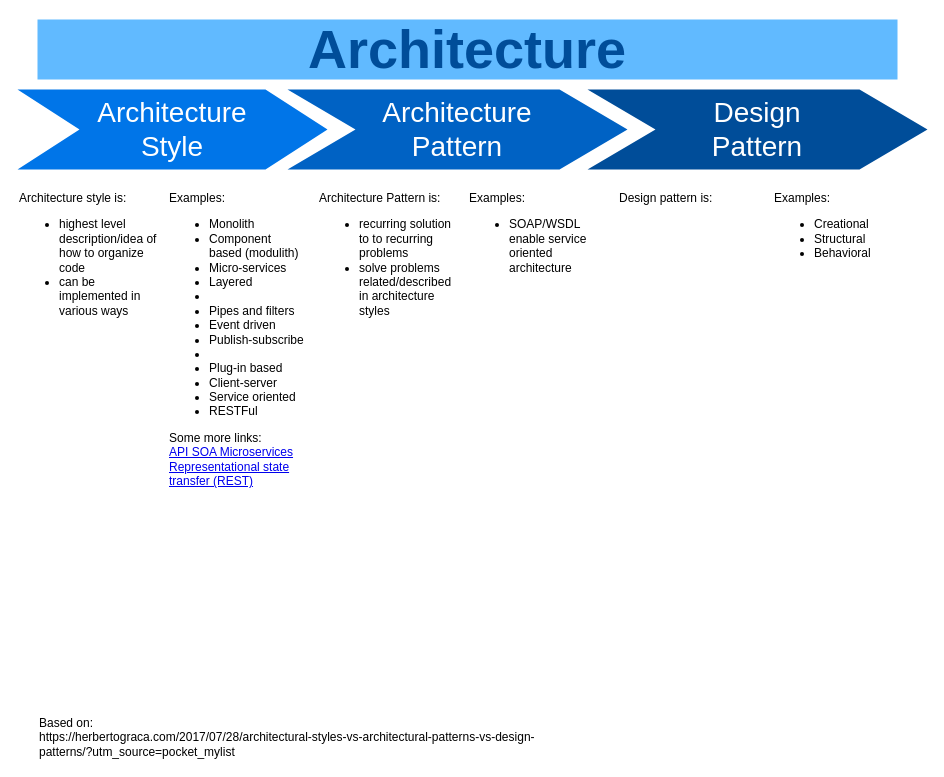
This is Diagrams/ArchitectureStylesAndPatterns.drawio from wojciech-kwapisiewicz/MindMaps-Public, a draw.io file, before an edit. Source tidied: cells renumbered, new cells numbered last; positions are measured from the earlier drawing's top-left corner, leaving out a move shared by most shapes. Both pictures are drawn from the tidied source at 100%, with x=0, y=0 at pixel (17, 19).
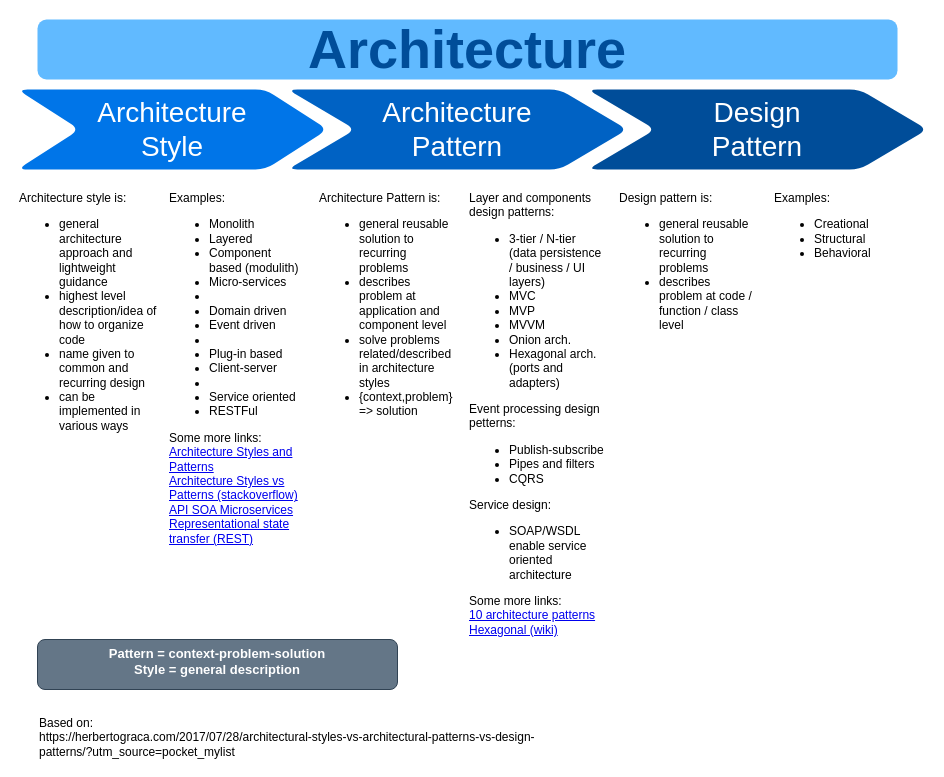
The same page after the edit.

Commit message (it also covers changes not shown here):
Cleanup + changes to architecture styles diagram

Diff of the diagram source:
```diff
@@
 <mxGraphModel>
   <root>
     <mxCell id="0" />
     <mxCell id="1" parent="0" />
-    <mxCell id="2" value="Architecture&lt;br&gt;Style" style="shape=step;whiteSpace=wrap;html=1;fontSize=28;fillColor=#0075E8;fontColor=#FFFFFF;strokeColor=none;" parent="1" vertex="1">
+    <mxCell id="2" value="Architecture&lt;br&gt;Style" style="shape=step;whiteSpace=wrap;html=1;fontSize=28;fillColor=#0075E8;fontColor=#FFFFFF;strokeColor=none;rounded=1;" parent="1" vertex="1">
       <mxGeometry y="70" width="310" height="80" as="geometry" />
     </mxCell>
-    <mxCell id="3" value="Architecture&lt;br&gt;Pattern" style="shape=step;whiteSpace=wrap;html=1;fontSize=28;fillColor=#0062C4;fontColor=#FFFFFF;strokeColor=none;" parent="1" vertex="1">
+    <mxCell id="3" value="Architecture&lt;br&gt;Pattern" style="shape=step;whiteSpace=wrap;html=1;fontSize=28;fillColor=#0062C4;fontColor=#FFFFFF;strokeColor=none;rounded=1;" parent="1" vertex="1">
       <mxGeometry x="270" y="70" width="340" height="80" as="geometry" />
     </mxCell>
-    <mxCell id="4" value="Design&lt;br&gt;Pattern" style="shape=step;whiteSpace=wrap;html=1;fontSize=28;fillColor=#004D99;fontColor=#FFFFFF;strokeColor=none;" parent="1" vertex="1">
+    <mxCell id="4" value="Design&lt;br&gt;Pattern" style="shape=step;whiteSpace=wrap;html=1;fontSize=28;fillColor=#004D99;fontColor=#FFFFFF;strokeColor=none;rounded=1;" parent="1" vertex="1">
       <mxGeometry x="570" y="70" width="340" height="80" as="geometry" />
     </mxCell>
-    <mxCell id="5" value="Architecture" style="text;html=1;strokeColor=none;fillColor=#61BAFF;align=center;verticalAlign=middle;whiteSpace=wrap;fontSize=54;fontStyle=1;fontColor=#004D99;" parent="1" vertex="1">
+    <mxCell id="5" value="Architecture" style="text;html=1;strokeColor=none;fillColor=#61BAFF;align=center;verticalAlign=middle;whiteSpace=wrap;fontSize=54;fontStyle=1;fontColor=#004D99;rounded=1;" parent="1" vertex="1">
       <mxGeometry x="20" width="860" height="60" as="geometry" />
     </mxCell>
-    <mxCell id="6" value="&lt;div&gt;Architecture style is:&lt;/div&gt;&lt;div&gt;&lt;ul&gt;&lt;li&gt;highest level description/idea of how to organize code&lt;br&gt;&lt;/li&gt;&lt;li&gt;can be implemented in various ways&lt;br&gt;&lt;/li&gt;&lt;/ul&gt;&lt;/div&gt;" style="text;spacingTop=-5;fillColor=#ffffff;whiteSpace=wrap;html=1;align=left;fontSize=12;fontFamily=Helvetica;fillColor=none;strokeColor=none;" parent="1" vertex="1">
+    <mxCell id="6" value="&lt;div&gt;Architecture style is:&lt;/div&gt;&lt;div&gt;&lt;ul&gt;&lt;li&gt;general architecture approach and lightweight guidance&amp;nbsp;&lt;/li&gt;&lt;li&gt;highest level description/idea of how to organize code&lt;br&gt;&lt;/li&gt;&lt;li&gt;name given to common and recurring design&lt;/li&gt;&lt;li&gt;can be implemented in various ways&lt;br&gt;&lt;/li&gt;&lt;/ul&gt;&lt;/div&gt;" style="text;spacingTop=-5;fillColor=#ffffff;whiteSpace=wrap;html=1;align=left;fontSize=12;fontFamily=Helvetica;fillColor=none;strokeColor=none;rounded=1;" parent="1" vertex="1">
       <mxGeometry y="170" width="140" height="470" as="geometry" />
     </mxCell>
-    <mxCell id="7" value="&lt;div&gt;Examples:&lt;/div&gt;&lt;div&gt;&lt;ul&gt;&lt;li&gt;Monolith&lt;/li&gt;&lt;li&gt;Component based (modulith)&lt;br&gt;&lt;/li&gt;&lt;li&gt;Micro-services&lt;/li&gt;&lt;li&gt;Layered&lt;br&gt;&lt;/li&gt;&lt;li&gt;&lt;br&gt;&lt;/li&gt;&lt;li&gt;Pipes and filters&lt;/li&gt;&lt;li&gt;Event driven&lt;/li&gt;&lt;li&gt;Publish-subscribe&lt;/li&gt;&lt;li&gt;&lt;br&gt;&lt;/li&gt;&lt;li&gt;Plug-in based&lt;/li&gt;&lt;li&gt;Client-server&lt;/li&gt;&lt;li&gt;Service oriented&lt;/li&gt;&lt;li&gt;RESTFul&lt;br&gt;&lt;/li&gt;&lt;/ul&gt;&lt;div&gt;Some more links:&lt;/div&gt;&lt;div&gt;&lt;a href=&quot;https://www.akana.com/blog/api-vs-soa-are-they-different&quot;&gt;API SOA Microservices&lt;/a&gt;&lt;/div&gt;&lt;div&gt;&lt;a href=&quot;https://www.akana.com/blog/what-is-rest-api&quot;&gt;Representational state transfer (REST)&lt;/a&gt;&lt;/div&gt;&lt;/div&gt;" style="text;spacingTop=-5;fillColor=#ffffff;whiteSpace=wrap;html=1;align=left;fontSize=12;fontFamily=Helvetica;fillColor=none;strokeColor=none;" parent="1" vertex="1">
+    <mxCell id="7" value="&lt;div&gt;Examples:&lt;/div&gt;&lt;div&gt;&lt;ul&gt;&lt;li&gt;Monolith&lt;/li&gt;&lt;li&gt;Layered&lt;/li&gt;&lt;li&gt;Component based (modulith)&lt;br&gt;&lt;/li&gt;&lt;li&gt;Micro-services&lt;/li&gt;&lt;li&gt;&lt;span&gt;&lt;br&gt;&lt;/span&gt;&lt;/li&gt;&lt;li&gt;&lt;span&gt;Domain driven&lt;/span&gt;&lt;/li&gt;&lt;li&gt;&lt;span&gt;Event driven&lt;/span&gt;&lt;br&gt;&lt;/li&gt;&lt;li&gt;&lt;span&gt;&lt;br&gt;&lt;/span&gt;&lt;/li&gt;&lt;li&gt;&lt;span&gt;Plug-in based&lt;/span&gt;&lt;br&gt;&lt;/li&gt;&lt;li&gt;Client-server&lt;/li&gt;&lt;li&gt;&lt;br&gt;&lt;/li&gt;&lt;li&gt;Service oriented&lt;/li&gt;&lt;li&gt;RESTFul&lt;/li&gt;&lt;/ul&gt;&lt;div&gt;Some more links:&lt;/div&gt;&lt;div&gt;&lt;a href=&quot;https://medium.com/@mlbors/architectural-styles-and-architectural-patterns-c240f7df88a0&quot;&gt;Architecture Styles and Patterns&lt;/a&gt;&lt;/div&gt;&lt;div&gt;&lt;a href=&quot;https://stackoverflow.com/questions/3958316/whats-the-difference-between-architectural-patterns-and-architectural-styles&quot;&gt;Architecture Styles vs Patterns (stackoverflow)&lt;/a&gt;&lt;/div&gt;&lt;div&gt;&lt;a href=&quot;https://www.akana.com/blog/api-vs-soa-are-they-different&quot;&gt;API SOA Microservices&lt;/a&gt;&lt;/div&gt;&lt;div&gt;&lt;a href=&quot;https://www.akana.com/blog/what-is-rest-api&quot;&gt;Representational state transfer (REST)&lt;/a&gt;&lt;/div&gt;&lt;/div&gt;&lt;div&gt;&lt;br&gt;&lt;/div&gt;" style="text;spacingTop=-5;fillColor=#ffffff;whiteSpace=wrap;html=1;align=left;fontSize=12;fontFamily=Helvetica;fillColor=none;strokeColor=none;rounded=1;" parent="1" vertex="1">
       <mxGeometry x="150" y="170" width="140" height="470" as="geometry" />
     </mxCell>
-    <mxCell id="8" value="&lt;div&gt;Architecture Pattern is:&lt;/div&gt;&lt;div&gt;&lt;ul&gt;&lt;li&gt;recurring solution to to recurring problems&lt;/li&gt;&lt;li&gt;solve problems related/described in architecture styles&lt;br&gt;&lt;/li&gt;&lt;/ul&gt;&lt;/div&gt;" style="text;spacingTop=-5;fillColor=#ffffff;whiteSpace=wrap;html=1;align=left;fontSize=12;fontFamily=Helvetica;fillColor=none;strokeColor=none;" parent="1" vertex="1">
+    <mxCell id="8" value="&lt;div&gt;Architecture Pattern is:&lt;/div&gt;&lt;div&gt;&lt;ul&gt;&lt;li&gt;general reusable solution to&amp;nbsp; recurring problems&lt;/li&gt;&lt;li&gt;describes problem at application and component level&lt;/li&gt;&lt;li&gt;solve problems related/described in architecture styles&lt;/li&gt;&lt;li&gt;{context,problem} =&amp;gt; solution&lt;/li&gt;&lt;/ul&gt;&lt;/div&gt;" style="text;spacingTop=-5;fillColor=#ffffff;whiteSpace=wrap;html=1;align=left;fontSize=12;fontFamily=Helvetica;fillColor=none;strokeColor=none;rounded=1;" parent="1" vertex="1">
       <mxGeometry x="300" y="170" width="140" height="470" as="geometry" />
     </mxCell>
-    <mxCell id="9" value="&lt;div&gt;Examples:&lt;/div&gt;&lt;div&gt;&lt;ul&gt;&lt;li&gt;SOAP/WSDL enable service oriented architecture&lt;br&gt;&lt;/li&gt;&lt;/ul&gt;&lt;/div&gt;" style="text;spacingTop=-5;fillColor=#ffffff;whiteSpace=wrap;html=1;align=left;fontSize=12;fontFamily=Helvetica;fillColor=none;strokeColor=none;" parent="1" vertex="1">
+    <mxCell id="9" value="&lt;div&gt;&lt;span&gt;Layer and components design patterns:&lt;/span&gt;&lt;br&gt;&lt;/div&gt;&lt;div&gt;&lt;ul&gt;&lt;li&gt;3-tier / N-tier&lt;br&gt;(data persistence / business / UI layers)&lt;/li&gt;&lt;li&gt;MVC&lt;/li&gt;&lt;li&gt;MVP&lt;/li&gt;&lt;li&gt;MVVM&lt;/li&gt;&lt;li&gt;Onion arch.&lt;/li&gt;&lt;li&gt;Hexagonal arch. (ports and adapters)&lt;/li&gt;&lt;/ul&gt;&lt;div&gt;Event processing design petterns:&lt;/div&gt;&lt;div&gt;&lt;ul&gt;&lt;li&gt;Publish-subscribe&lt;/li&gt;&lt;li&gt;&lt;span&gt;Pipes and filters&lt;/span&gt;&lt;/li&gt;&lt;li&gt;&lt;span&gt;CQRS&lt;/span&gt;&lt;/li&gt;&lt;/ul&gt;&lt;div&gt;Service design:&lt;/div&gt;&lt;/div&gt;&lt;ul&gt;&lt;li&gt;SOAP/WSDL enable service oriented architecture&lt;/li&gt;&lt;/ul&gt;&lt;/div&gt;&lt;div&gt;Some more links:&lt;/div&gt;&lt;div&gt;&lt;a href=&quot;https://towardsdatascience.com/10-common-software-architectural-patterns-in-a-nutshell-a0b47a1e9013&quot;&gt;10 architecture patterns&lt;/a&gt;&lt;br&gt;&lt;/div&gt;&lt;div&gt;&lt;a href=&quot;https://en.wikipedia.org/wiki/Hexagonal_architecture_(software)&quot;&gt;Hexagonal (wiki)&lt;/a&gt;&lt;/div&gt;" style="text;spacingTop=-5;fillColor=#ffffff;whiteSpace=wrap;html=1;align=left;fontSize=12;fontFamily=Helvetica;fillColor=none;strokeColor=none;rounded=1;" parent="1" vertex="1">
       <mxGeometry x="450" y="170" width="140" height="470" as="geometry" />
     </mxCell>
-    <mxCell id="10" value="Design pattern is:" style="text;spacingTop=-5;fillColor=#ffffff;whiteSpace=wrap;html=1;align=left;fontSize=12;fontFamily=Helvetica;fillColor=none;strokeColor=none;" parent="1" vertex="1">
+    <mxCell id="10" value="Design pattern is:&lt;br&gt;&lt;ul&gt;&lt;li&gt;general reusable solution to&amp;nbsp; recurring problems&lt;/li&gt;&lt;li&gt;describes problem at code / function / class level&lt;/li&gt;&lt;/ul&gt;" style="text;spacingTop=-5;fillColor=#ffffff;whiteSpace=wrap;html=1;align=left;fontSize=12;fontFamily=Helvetica;fillColor=none;strokeColor=none;rounded=1;" parent="1" vertex="1">
       <mxGeometry x="600" y="170" width="140" height="470" as="geometry" />
     </mxCell>
-    <mxCell id="11" value="&lt;div&gt;Examples:&lt;/div&gt;&lt;div&gt;&lt;ul&gt;&lt;li&gt;Creational&lt;/li&gt;&lt;li&gt;Structural&lt;br&gt;&lt;/li&gt;&lt;li&gt;Behavioral&lt;/li&gt;&lt;/ul&gt;&lt;/div&gt;" style="text;spacingTop=-5;fillColor=#ffffff;whiteSpace=wrap;html=1;align=left;fontSize=12;fontFamily=Helvetica;fillColor=none;strokeColor=none;" parent="1" vertex="1">
+    <mxCell id="11" value="&lt;div&gt;Examples:&lt;/div&gt;&lt;div&gt;&lt;ul&gt;&lt;li&gt;Creational&lt;/li&gt;&lt;li&gt;Structural&lt;br&gt;&lt;/li&gt;&lt;li&gt;Behavioral&lt;/li&gt;&lt;/ul&gt;&lt;/div&gt;" style="text;spacingTop=-5;fillColor=#ffffff;whiteSpace=wrap;html=1;align=left;fontSize=12;fontFamily=Helvetica;fillColor=none;strokeColor=none;rounded=1;" parent="1" vertex="1">
       <mxGeometry x="755" y="170" width="140" height="470" as="geometry" />
     </mxCell>
-    <mxCell id="12" value="&lt;div&gt;Based on:&lt;br&gt;&lt;/div&gt;&lt;div&gt;https://herbertograca.com/2017/07/28/architectural-styles-vs-architectural-patterns-vs-design-patterns/?utm_source=pocket_mylist&lt;/div&gt;" style="text;whiteSpace=wrap;html=1;" parent="1" vertex="1">
+    <mxCell id="12" value="&lt;div&gt;Based on:&lt;br&gt;&lt;/div&gt;&lt;div&gt;https://herbertograca.com/2017/07/28/architectural-styles-vs-architectural-patterns-vs-design-patterns/?utm_source=pocket_mylist&lt;/div&gt;" style="text;whiteSpace=wrap;html=1;rounded=1;" parent="1" vertex="1">
       <mxGeometry x="20" y="690" width="550" height="40" as="geometry" />
     </mxCell>
+    <mxCell id="13" value="&lt;b style=&quot;font-size: 13px&quot;&gt;Pattern = context-problem-solution&lt;br&gt;Style = general description&lt;/b&gt;" style="text;whiteSpace=wrap;html=1;fillColor=#647687;fontColor=#ffffff;strokeColor=#314354;rounded=1;align=center;" parent="1" vertex="1">
+      <mxGeometry x="20" y="620" width="360" height="50" as="geometry" />
+    </mxCell>
   </root>
 </mxGraphModel>
```
